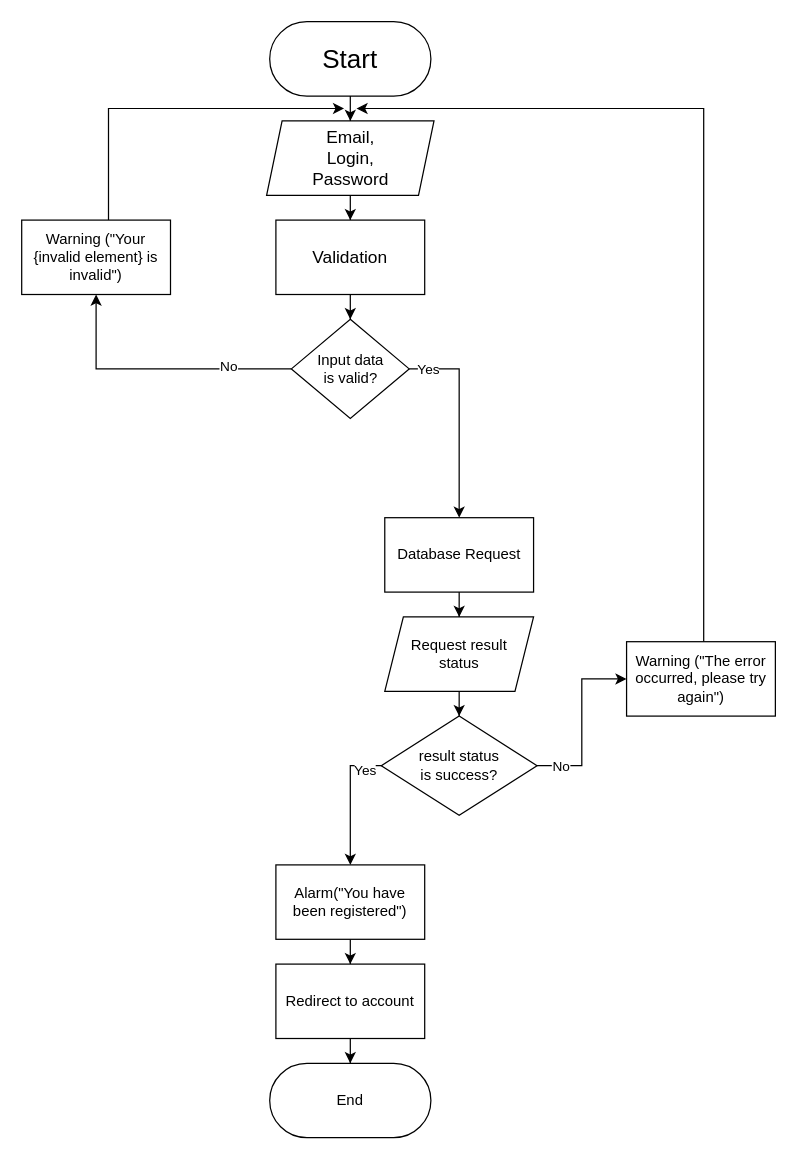
The draw.io diagram Flowcharts/Sign Up/SignUp.drawio in c0st1nus/Forum, before the edit. Source tidied: cells renumbered, new cells numbered last; positions are measured from the earlier drawing's top-left corner, leaving out a move shared by most shapes. Both pictures are drawn from the tidied source at 124%, with x=0, y=0 at pixel (21, 21).
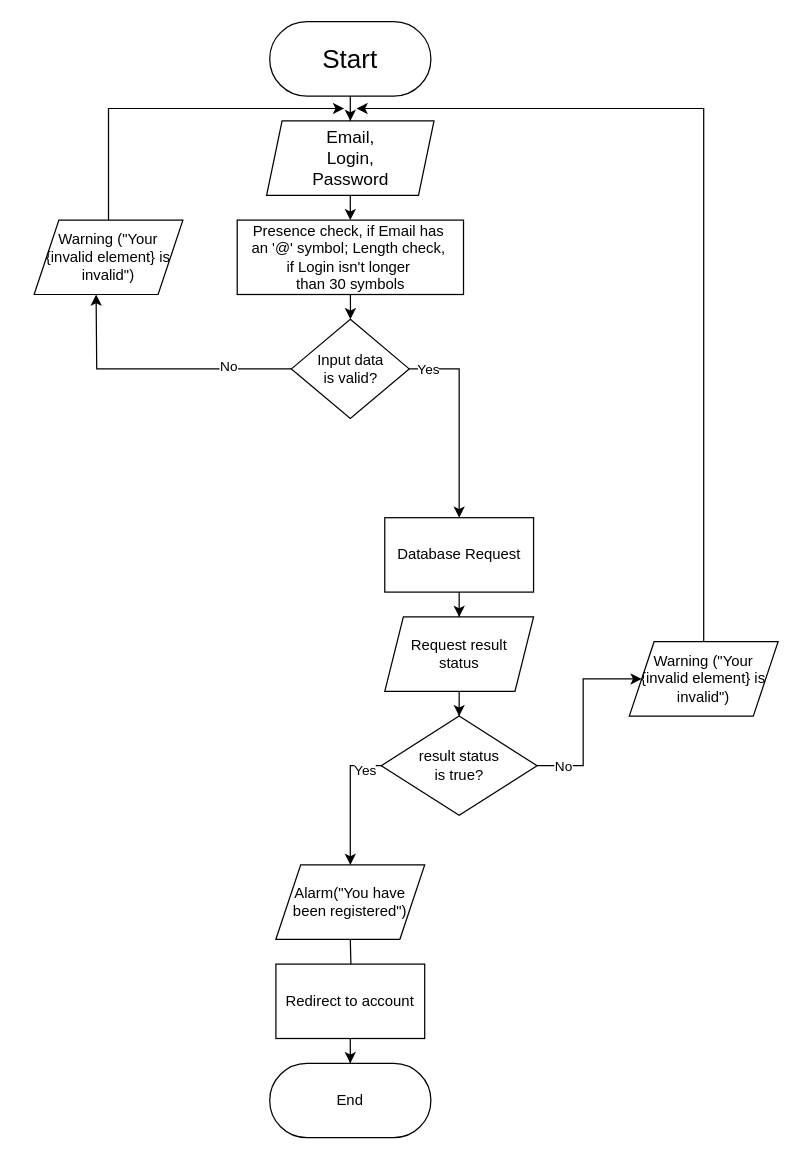
The same page after the edit.

The change refers to these unchanged cells:
```xml
<mxCell id="23" value="&lt;div&gt;Input data&lt;/div&gt;&lt;div&gt;is valid?&lt;br&gt;&lt;/div&gt;" style="rhombus;whiteSpace=wrap;html=1;" parent="1" vertex="1">
  <mxGeometry x="217.5" y="240" width="95" height="80" as="geometry" />
</mxCell>
<mxCell id="29" value="Redirect to account" style="whiteSpace=wrap;html=1;" parent="1" vertex="1">
  <mxGeometry x="205" y="760" width="120" height="60" as="geometry" />
</mxCell>
```

The edit, as a diff of the source:
```diff
@@
-    <mxCell id="7" value="&lt;font style=&quot;font-size: 14px;&quot;&gt;Validation&lt;br&gt;&lt;/font&gt;" style="whiteSpace=wrap;html=1;" parent="1" vertex="1">
-      <mxGeometry x="205" y="160" width="120" height="60" as="geometry" />
+    <mxCell id="7" value="&lt;div&gt;&lt;font&gt;Presence check, if Email has&amp;nbsp;&lt;/font&gt;&lt;/div&gt;&lt;div&gt;&lt;font&gt;an '@' symbol; Length check,&amp;nbsp;&lt;/font&gt;&lt;/div&gt;&lt;div&gt;&lt;font&gt;if Login isn't longer&amp;nbsp;&lt;/font&gt;&lt;/div&gt;&lt;div&gt;&lt;font&gt;than 30 symbols&lt;/font&gt;&lt;/div&gt;" style="whiteSpace=wrap;html=1;" parent="1" vertex="1">
+      <mxGeometry x="173.8" y="160" width="182.5" height="60" as="geometry" />
     </mxCell>
@@
-    <mxCell id="12" style="edgeStyle=orthogonalEdgeStyle;rounded=0;jettySize=auto;html=1;" parent="1" edge="1" source="16" target="18">
+    <mxCell id="12" style="edgeStyle=orthogonalEdgeStyle;rounded=0;jettySize=auto;html=1;entryX=0;entryY=0.5;entryDx=0;entryDy=0;" parent="1" edge="1" source="16" target="32">
       <mxGeometry relative="1" as="geometry" />
     </mxCell>
@@
-    <mxCell id="14" style="edgeStyle=orthogonalEdgeStyle;rounded=0;jettySize=auto;html=1;entryX=0.5;entryY=0;entryDx=0;entryDy=0;" parent="1" edge="1" target="27">
+    <mxCell id="14" style="edgeStyle=orthogonalEdgeStyle;rounded=0;orthogonalLoop=1;jettySize=auto;html=1;entryX=0.5;entryY=0;entryDx=0;entryDy=0;" parent="1" edge="1">
       <mxGeometry relative="1" as="geometry">
         <mxPoint x="310" y="600" as="sourcePoint" />
+        <mxPoint x="265" y="680" as="targetPoint" />
         <Array as="points">
           <mxPoint x="265" y="600" />
         </Array>
       </mxGeometry>
     </mxCell>
@@
-    <mxCell id="16" value="result status &lt;br&gt;is success?" style="rhombus;whiteSpace=wrap;html=1;" parent="1" vertex="1">
+    <mxCell id="16" value="result status &lt;br&gt;is true?" style="rhombus;whiteSpace=wrap;html=1;" parent="1" vertex="1">
       <mxGeometry x="290" y="560" width="125.6" height="80" as="geometry" />
     </mxCell>
-    <mxCell id="17" style="edgeStyle=orthogonalEdgeStyle;rounded=0;jettySize=auto;html=1;" parent="1" edge="1" source="18">
+    <mxCell id="17" style="edgeStyle=orthogonalEdgeStyle;rounded=0;orthogonalLoop=1;jettySize=auto;html=1;" parent="1" edge="1">
       <mxGeometry relative="1" as="geometry">
+        <mxPoint x="550" y="500" as="sourcePoint" />
         <mxPoint x="270" y="70" as="targetPoint" />
         <Array as="points">
           <mxPoint x="550" y="70" />
         </Array>
       </mxGeometry>
     </mxCell>
-    <mxCell id="18" value="Warning (&quot;The error occurred, please try again&quot;)" style="rounded=0;whiteSpace=wrap;html=1;" parent="1" vertex="1">
-      <mxGeometry x="487.8" y="500" width="120" height="60" as="geometry" />
-    </mxCell>
@@
-    <mxCell id="21" style="edgeStyle=orthogonalEdgeStyle;rounded=0;jettySize=auto;html=1;" parent="1" edge="1" source="23" target="25">
-      <mxGeometry relative="1" as="geometry" />
+    <mxCell id="21" style="edgeStyle=orthogonalEdgeStyle;rounded=0;jettySize=auto;html=1;" parent="1" edge="1" source="23">
+      <mxGeometry relative="1" as="geometry">
+        <mxPoint x="60" y="220" as="targetPoint" />
+      </mxGeometry>
     </mxCell>
@@
-    <mxCell id="24" style="edgeStyle=orthogonalEdgeStyle;rounded=0;jettySize=auto;html=1;" parent="1" edge="1" source="25">
+    <mxCell id="24" style="edgeStyle=orthogonalEdgeStyle;rounded=0;orthogonalLoop=1;jettySize=auto;html=1;" parent="1" edge="1">
       <mxGeometry relative="1" as="geometry">
+        <mxPoint x="70" y="160" as="sourcePoint" />
         <mxPoint x="260" y="70" as="targetPoint" />
         <Array as="points">
           <mxPoint x="70" y="70" />
         </Array>
       </mxGeometry>
     </mxCell>
-    <mxCell id="25" value="Warning (&quot;Your {invalid element} is invalid&quot;)" style="rounded=0;whiteSpace=wrap;html=1;" parent="1" vertex="1">
-      <mxGeometry y="160" width="120" height="60" as="geometry" />
-    </mxCell>
-    <mxCell id="26" style="edgeStyle=orthogonalEdgeStyle;rounded=0;jettySize=auto;html=1;" parent="1" edge="1" source="27" target="29">
-      <mxGeometry relative="1" as="geometry" />
+    <mxCell id="26" style="edgeStyle=orthogonalEdgeStyle;rounded=0;jettySize=auto;html=1;" parent="1" edge="1" target="29">
+      <mxGeometry relative="1" as="geometry">
+        <mxPoint x="265" y="740" as="sourcePoint" />
+      </mxGeometry>
     </mxCell>
-    <mxCell id="27" value="Alarm(&quot;You have been registered&quot;)" style="whiteSpace=wrap;html=1;" parent="1" vertex="1">
-      <mxGeometry x="205" y="680" width="120" height="60" as="geometry" />
-    </mxCell>
@@
+    <mxCell id="31" value="Warning (&quot;Your {invalid element} is invalid&quot;)" style="shape=parallelogram;perimeter=parallelogramPerimeter;whiteSpace=wrap;html=1;fixedSize=1;" parent="1" vertex="1">
+      <mxGeometry x="10" y="160" width="120" height="60" as="geometry" />
+    </mxCell>
+    <mxCell id="32" value="Warning (&quot;Your {invalid element} is invalid&quot;)" style="shape=parallelogram;perimeter=parallelogramPerimeter;whiteSpace=wrap;html=1;fixedSize=1;" parent="1" vertex="1">
+      <mxGeometry x="490" y="500" width="120" height="60" as="geometry" />
+    </mxCell>
+    <mxCell id="27" value="Alarm(&quot;You have been registered&quot;)" style="shape=parallelogram;perimeter=parallelogramPerimeter;whiteSpace=wrap;html=1;fixedSize=1;" parent="1" vertex="1">
+      <mxGeometry x="205" y="680" width="120" height="60" as="geometry" />
+    </mxCell>
```
